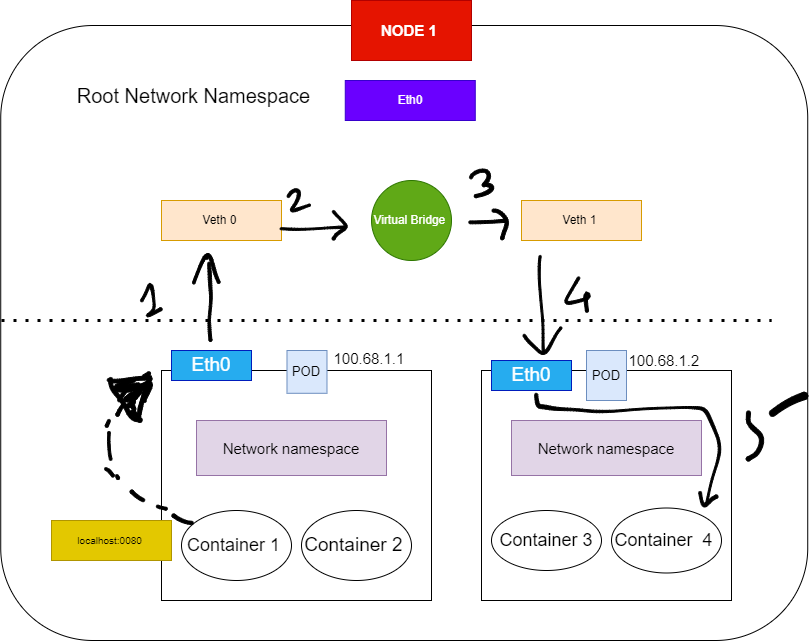
Earlier version of the draw.io export Page_images/Pod-2-pod -networking.drawio.png (dikshita-git/RP_Study-on-Ingress-and-its-security-IPv4-IPv6-). Source tidied: cells renumbered, new cells last; positions are measured from the earlier drawing's top-left corner, leaving out a move shared by most shapes.
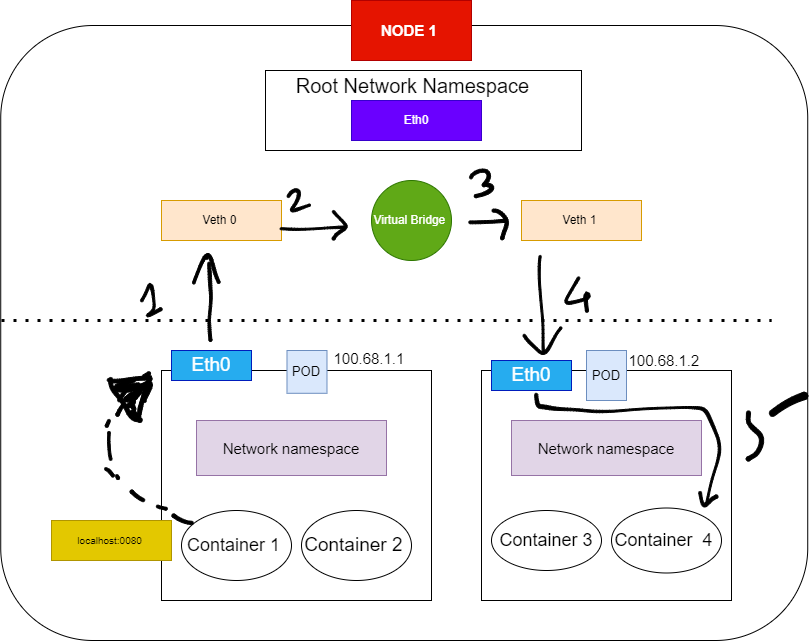
The same file after the commit.

Diff of the diagram source:
```diff
@@ -153,10 +153,10 @@
       <mxGeometry x="768.9" y="391.8" width="38.3" height="24.1" as="geometry" />
     </mxCell>
     <mxCell id="52" value="Eth0" style="rounded=0;whiteSpace=wrap;html=1;fillColor=#6a00ff;fontColor=#ffffff;strokeColor=#3700CC;" parent="1" vertex="1">
-      <mxGeometry x="344.8" y="80" width="130" height="40" as="geometry" />
+      <mxGeometry x="351" y="100" width="130" height="40" as="geometry" />
     </mxCell>
     <mxCell id="53" value="Root Network Namespace" style="text;html=1;strokeColor=none;fillColor=none;align=center;verticalAlign=middle;whiteSpace=wrap;rounded=0;fontSize=20;" parent="1" vertex="1">
-      <mxGeometry x="59.8" y="80" width="266.7" height="30" as="geometry" />
+      <mxGeometry x="279.5" y="70" width="266.7" height="30" as="geometry" />
     </mxCell>
     <mxCell id="54" style="endArrow=none;dashed=1;html=1;dashPattern=1 3;strokeWidth=3;rounded=0;" parent="1" edge="1">
       <mxGeometry relative="1" as="geometry">
@@ -164,5 +164,8 @@
         <mxPoint x="771" y="320" as="targetPoint" />
       </mxGeometry>
     </mxCell>
+    <mxCell id="55" style="rounded=0;whiteSpace=wrap;html=1;fillColor=none;" parent="1" vertex="1">
+      <mxGeometry x="265" y="70" width="316" height="80" as="geometry" />
+    </mxCell>
   </root>
 </mxGraphModel>
```
